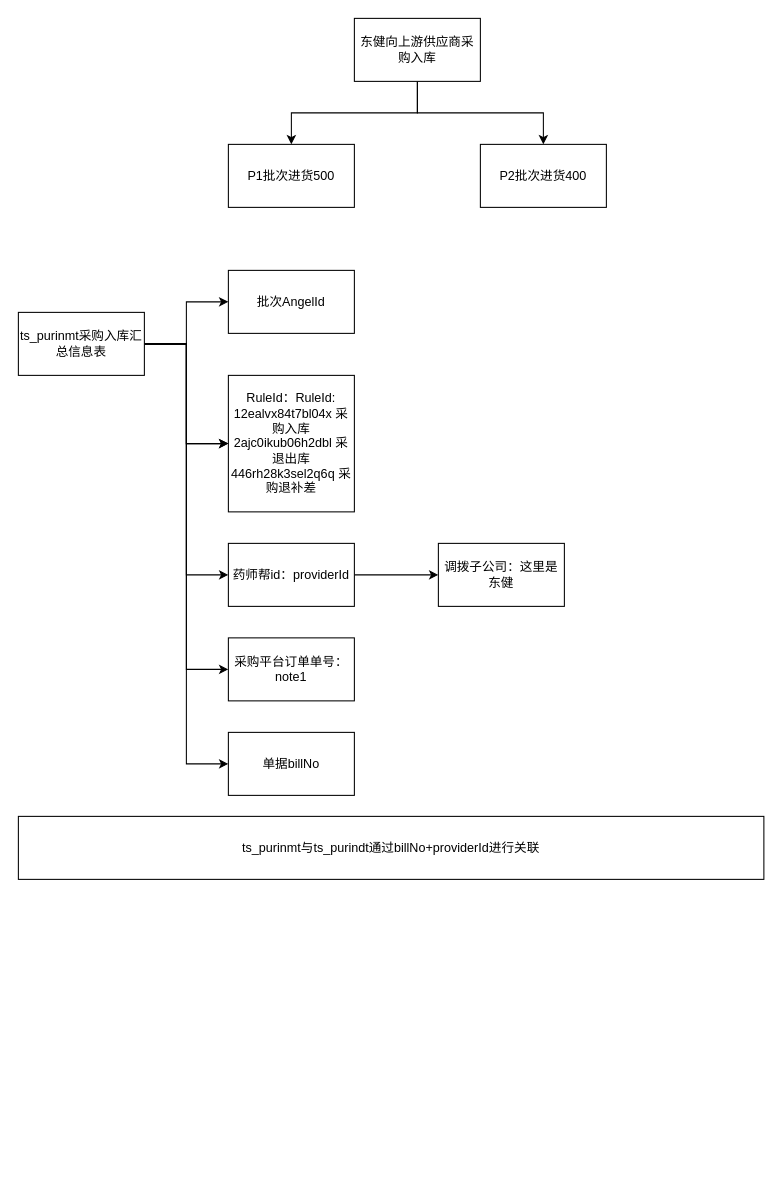
benbenbo/learngit keeps this draw.io diagram as gitskills/溯源摊分情况.drawio. Above is the earlier version. Source tidied: cells renumbered, new cells numbered last; positions are measured from the earlier drawing's top-left corner, leaving out a move shared by most shapes. Both pictures are drawn from the tidied source at 105%, with x=0, y=0 at pixel (18, 18).
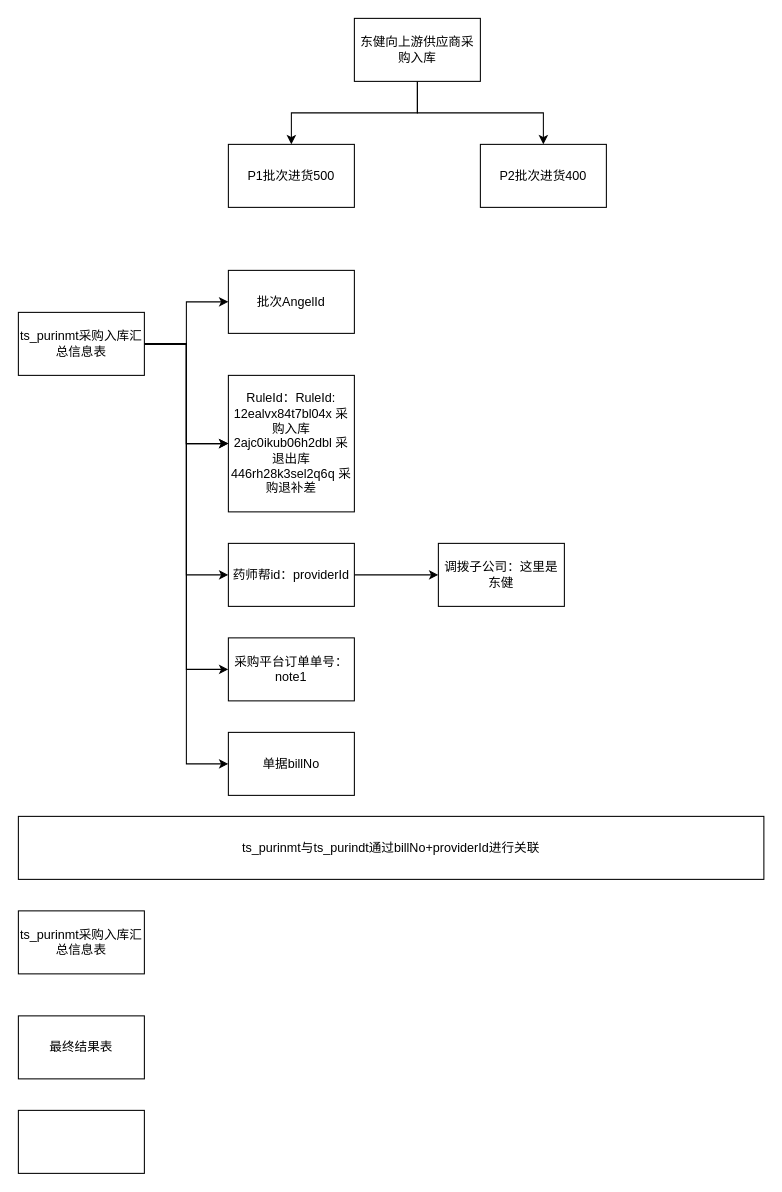
After the change.

Commit message:
Update 溯源摊分情况.drawio

Change to the diagram source:
```diff
@@
+    <mxCell id="22" value="ts_purinmt采购入库汇总信息表" style="rounded=0;whiteSpace=wrap;html=1;" parent="1" vertex="1">
+      <mxGeometry y="850" width="120" height="60" as="geometry" />
+    </mxCell>
+    <mxCell id="23" value="最终结果表" style="rounded=0;whiteSpace=wrap;html=1;" parent="1" vertex="1">
+      <mxGeometry y="950" width="120" height="60" as="geometry" />
+    </mxCell>
+    <mxCell id="24" style="rounded=0;whiteSpace=wrap;html=1;" parent="1" vertex="1">
+      <mxGeometry y="1040" width="120" height="60" as="geometry" />
+    </mxCell>
```
